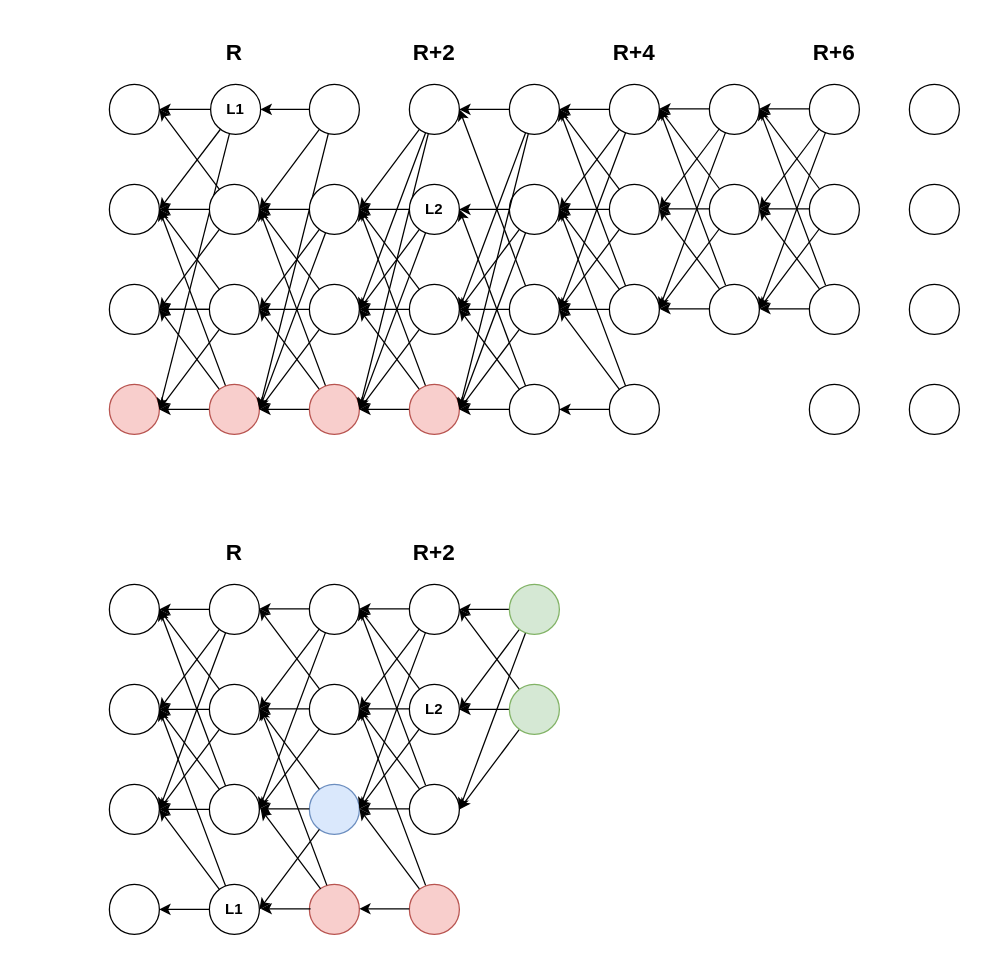
Above: dag.drawio in asonnino/various-diagrams (draw.io), before the change. Source tidied: cells renumbered, new cells numbered last; positions are measured from the earlier drawing's top-left corner, leaving out a move shared by most shapes. Both pictures are drawn from the tidied source at 125%, with x=0, y=0 at pixel (109, 34).
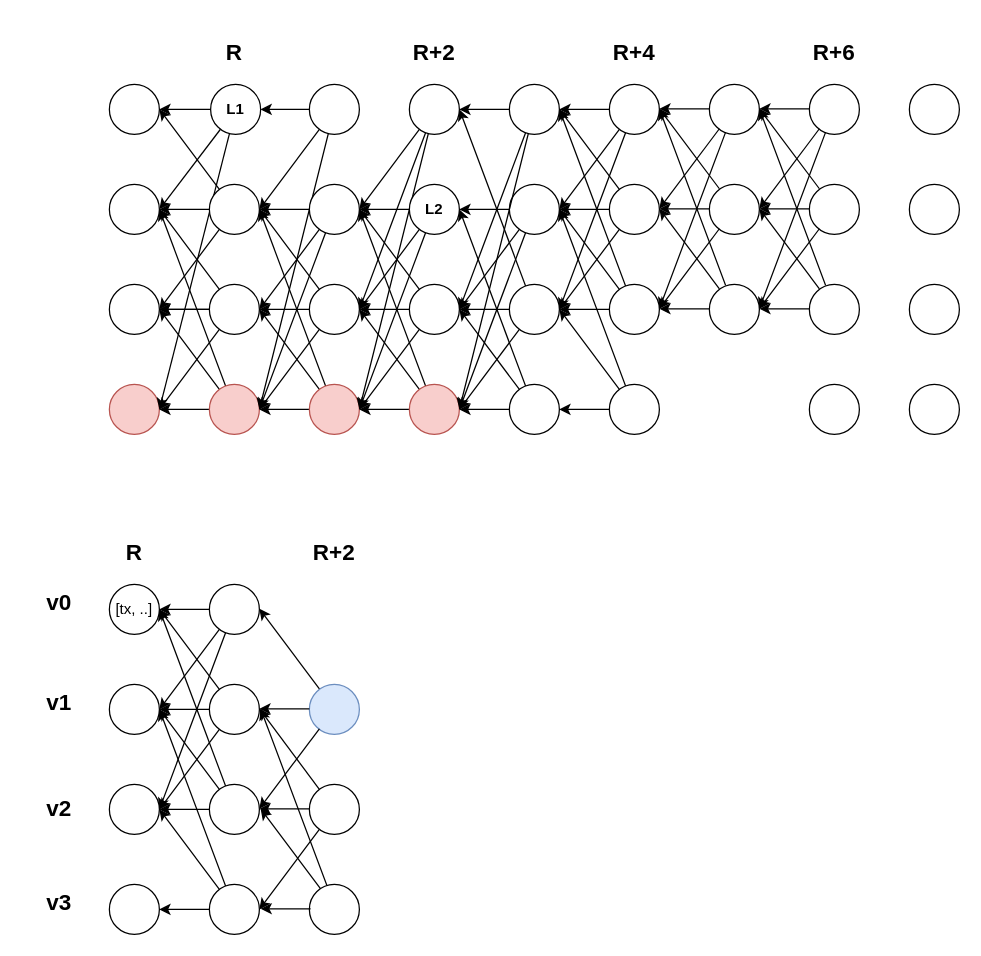
After the change.

Diff of the diagram source:
```diff
@@
-    <mxCell id="122" style="ellipse;whiteSpace=wrap;html=1;" parent="1" vertex="1">
+    <mxCell id="122" value="[tx, ..]" style="ellipse;whiteSpace=wrap;html=1;" parent="1" vertex="1">
       <mxGeometry y="440" width="40" height="40" as="geometry" />
     </mxCell>
@@
-    <mxCell id="136" style="ellipse;whiteSpace=wrap;html=1;" parent="1" vertex="1">
+    <mxCell id="136" style="ellipse;whiteSpace=wrap;html=1;fillColor=#dae8fc;strokeColor=#6c8ebf;" parent="1" vertex="1">
       <mxGeometry x="160" y="520" width="40" height="40" as="geometry" />
     </mxCell>
-    <mxCell id="137" style="ellipse;whiteSpace=wrap;html=1;fillColor=#dae8fc;strokeColor=#6c8ebf;" parent="1" vertex="1">
+    <mxCell id="137" style="ellipse;whiteSpace=wrap;html=1;" parent="1" vertex="1">
       <mxGeometry x="160" y="600" width="40" height="40" as="geometry" />
     </mxCell>
@@
-    <mxCell id="141" value="&lt;b&gt;L1&lt;/b&gt;" style="ellipse;whiteSpace=wrap;html=1;" parent="1" vertex="1">
+    <mxCell id="141" style="ellipse;whiteSpace=wrap;html=1;" parent="1" vertex="1">
       <mxGeometry x="80" y="680" width="40" height="40" as="geometry" />
     </mxCell>
-    <mxCell id="142" style="ellipse;whiteSpace=wrap;html=1;" parent="1" vertex="1">
-      <mxGeometry x="240" y="440" width="40" height="40" as="geometry" />
-    </mxCell>
-    <mxCell id="143" value="&lt;b&gt;L2&lt;/b&gt;" style="ellipse;whiteSpace=wrap;html=1;" parent="1" vertex="1">
-      <mxGeometry x="240" y="520" width="40" height="40" as="geometry" />
-    </mxCell>
-    <mxCell id="144" style="ellipse;whiteSpace=wrap;html=1;" parent="1" vertex="1">
-      <mxGeometry x="240" y="600" width="40" height="40" as="geometry" />
-    </mxCell>
-    <mxCell id="145" style="ellipse;whiteSpace=wrap;html=1;fillColor=#f8cecc;strokeColor=#b85450;" parent="1" vertex="1">
-      <mxGeometry x="240" y="680" width="40" height="40" as="geometry" />
-    </mxCell>
     <mxCell id="146" value="&lt;h2&gt;&lt;b&gt;R&lt;/b&gt;&lt;/h2&gt;" style="text;html=1;strokeColor=none;fillColor=none;align=center;verticalAlign=middle;whiteSpace=wrap;rounded=0;" parent="1" vertex="1">
-      <mxGeometry x="70" y="400" width="60" height="30" as="geometry" />
+      <mxGeometry x="-10" y="400" width="60" height="30" as="geometry" />
     </mxCell>
     <mxCell id="147" value="&lt;h2&gt;&lt;b&gt;R+2&lt;/b&gt;&lt;/h2&gt;" style="text;html=1;strokeColor=none;fillColor=none;align=center;verticalAlign=middle;whiteSpace=wrap;rounded=0;" parent="1" vertex="1">
-      <mxGeometry x="230" y="400" width="60" height="30" as="geometry" />
+      <mxGeometry x="150" y="400" width="60" height="30" as="geometry" />
     </mxCell>
-    <mxCell id="148" style="ellipse;whiteSpace=wrap;html=1;" parent="1" vertex="1">
-      <mxGeometry x="160" y="440" width="40" height="40" as="geometry" />
-    </mxCell>
@@
-    <mxCell id="155" style="edgeStyle=none;rounded=0;orthogonalLoop=1;jettySize=auto;html=1;entryX=1;entryY=0.5;entryDx=0;entryDy=0;" parent="1" edge="1">
-      <mxGeometry relative="1" as="geometry">
-        <mxPoint x="160" y="459.5" as="sourcePoint" />
-        <mxPoint x="120" y="459.5" as="targetPoint" />
-      </mxGeometry>
-    </mxCell>
-    <mxCell id="156" style="edgeStyle=none;rounded=0;orthogonalLoop=1;jettySize=auto;html=1;entryX=1;entryY=0.5;entryDx=0;entryDy=0;" parent="1" edge="1">
-      <mxGeometry relative="1" as="geometry">
-        <mxPoint x="168" y="475.5" as="sourcePoint" />
-        <mxPoint x="120" y="539.5" as="targetPoint" />
-      </mxGeometry>
-    </mxCell>
-    <mxCell id="157" style="edgeStyle=none;rounded=0;orthogonalLoop=1;jettySize=auto;html=1;entryX=1;entryY=0.5;entryDx=0;entryDy=0;" parent="1" edge="1">
-      <mxGeometry relative="1" as="geometry">
-        <mxPoint x="173" y="478.2" as="sourcePoint" />
-        <mxPoint x="120" y="619.5" as="targetPoint" />
-      </mxGeometry>
-    </mxCell>
-    <mxCell id="158" style="edgeStyle=none;rounded=0;orthogonalLoop=1;jettySize=auto;html=1;entryX=1;entryY=0.5;entryDx=0;entryDy=0;" parent="1" edge="1">
-      <mxGeometry relative="1" as="geometry">
-        <mxPoint x="248" y="523.5" as="sourcePoint" />
-        <mxPoint x="200" y="459.5" as="targetPoint" />
-      </mxGeometry>
-    </mxCell>
-    <mxCell id="159" style="edgeStyle=none;rounded=0;orthogonalLoop=1;jettySize=auto;html=1;" parent="1" edge="1">
-      <mxGeometry relative="1" as="geometry">
-        <mxPoint x="248" y="555.5" as="sourcePoint" />
-        <mxPoint x="200" y="619.5" as="targetPoint" />
-      </mxGeometry>
-    </mxCell>
-    <mxCell id="160" style="edgeStyle=none;rounded=0;orthogonalLoop=1;jettySize=auto;html=1;entryX=1;entryY=0.5;entryDx=0;entryDy=0;" parent="1" edge="1">
-      <mxGeometry relative="1" as="geometry">
-        <mxPoint x="240" y="539.5" as="sourcePoint" />
-        <mxPoint x="200" y="539.5" as="targetPoint" />
-      </mxGeometry>
-    </mxCell>
-    <mxCell id="161" style="edgeStyle=none;rounded=0;orthogonalLoop=1;jettySize=auto;html=1;entryX=1;entryY=0.5;entryDx=0;entryDy=0;" parent="1" edge="1">
-      <mxGeometry relative="1" as="geometry">
-        <mxPoint x="240" y="619.5" as="sourcePoint" />
-        <mxPoint x="200" y="619.5" as="targetPoint" />
-      </mxGeometry>
-    </mxCell>
-    <mxCell id="162" style="edgeStyle=none;rounded=0;orthogonalLoop=1;jettySize=auto;html=1;entryX=1;entryY=0.5;entryDx=0;entryDy=0;" parent="1" edge="1">
-      <mxGeometry relative="1" as="geometry">
-        <mxPoint x="248" y="603.5" as="sourcePoint" />
-        <mxPoint x="200" y="539.5" as="targetPoint" />
-      </mxGeometry>
-    </mxCell>
-    <mxCell id="163" style="edgeStyle=none;rounded=0;orthogonalLoop=1;jettySize=auto;html=1;entryX=1;entryY=0.5;entryDx=0;entryDy=0;" parent="1" edge="1">
-      <mxGeometry relative="1" as="geometry">
-        <mxPoint x="253" y="600.8" as="sourcePoint" />
-        <mxPoint x="200" y="459.5" as="targetPoint" />
-      </mxGeometry>
-    </mxCell>
-    <mxCell id="164" style="edgeStyle=none;rounded=0;orthogonalLoop=1;jettySize=auto;html=1;entryX=1;entryY=0.5;entryDx=0;entryDy=0;" parent="1" edge="1">
-      <mxGeometry relative="1" as="geometry">
-        <mxPoint x="240" y="459.5" as="sourcePoint" />
-        <mxPoint x="200" y="459.5" as="targetPoint" />
-      </mxGeometry>
-    </mxCell>
-    <mxCell id="165" style="edgeStyle=none;rounded=0;orthogonalLoop=1;jettySize=auto;html=1;entryX=1;entryY=0.5;entryDx=0;entryDy=0;" parent="1" edge="1">
-      <mxGeometry relative="1" as="geometry">
-        <mxPoint x="248" y="475.5" as="sourcePoint" />
-        <mxPoint x="200" y="539.5" as="targetPoint" />
-      </mxGeometry>
-    </mxCell>
-    <mxCell id="166" style="edgeStyle=none;rounded=0;orthogonalLoop=1;jettySize=auto;html=1;entryX=1;entryY=0.5;entryDx=0;entryDy=0;" parent="1" edge="1">
-      <mxGeometry relative="1" as="geometry">
-        <mxPoint x="253" y="478.2" as="sourcePoint" />
-        <mxPoint x="200" y="619.5" as="targetPoint" />
-      </mxGeometry>
-    </mxCell>
-    <mxCell id="167" style="ellipse;whiteSpace=wrap;html=1;fillColor=#f8cecc;strokeColor=#b85450;" parent="1" vertex="1">
+    <mxCell id="167" style="ellipse;whiteSpace=wrap;html=1;" parent="1" vertex="1">
       <mxGeometry x="160" y="680" width="40" height="40" as="geometry" />
     </mxCell>
@@
-    <mxCell id="171" style="edgeStyle=none;rounded=0;orthogonalLoop=1;jettySize=auto;html=1;entryX=1;entryY=0.5;entryDx=0;entryDy=0;" parent="1" edge="1">
-      <mxGeometry relative="1" as="geometry">
-        <mxPoint x="253" y="680.8" as="sourcePoint" />
-        <mxPoint x="200" y="539.5" as="targetPoint" />
-      </mxGeometry>
-    </mxCell>
-    <mxCell id="172" style="edgeStyle=none;rounded=0;orthogonalLoop=1;jettySize=auto;html=1;entryX=1;entryY=0.5;entryDx=0;entryDy=0;" parent="1" edge="1">
-      <mxGeometry relative="1" as="geometry">
-        <mxPoint x="248" y="683.5" as="sourcePoint" />
-        <mxPoint x="200" y="619.5" as="targetPoint" />
-      </mxGeometry>
-    </mxCell>
-    <mxCell id="173" style="edgeStyle=none;rounded=0;orthogonalLoop=1;jettySize=auto;html=1;entryX=1;entryY=0.5;entryDx=0;entryDy=0;" parent="1" edge="1">
-      <mxGeometry relative="1" as="geometry">
-        <mxPoint x="240" y="699.5" as="sourcePoint" />
-        <mxPoint x="200" y="699.5" as="targetPoint" />
-      </mxGeometry>
-    </mxCell>
-    <mxCell id="174" style="edgeStyle=none;rounded=0;jettySize=auto;html=1;entryX=1;entryY=0.5;entryDx=0;entryDy=0;" parent="1" edge="1" source="177" target="143">
-      <mxGeometry relative="1" as="geometry" />
-    </mxCell>
-    <mxCell id="175" style="edgeStyle=none;rounded=0;jettySize=auto;html=1;entryX=1;entryY=0.5;entryDx=0;entryDy=0;" parent="1" edge="1" source="177" target="142">
-      <mxGeometry relative="1" as="geometry" />
-    </mxCell>
-    <mxCell id="176" style="edgeStyle=none;rounded=0;jettySize=auto;html=1;entryX=1;entryY=0.5;entryDx=0;entryDy=0;" parent="1" edge="1" source="177" target="144">
-      <mxGeometry relative="1" as="geometry" />
-    </mxCell>
-    <mxCell id="177" style="ellipse;whiteSpace=wrap;html=1;fillColor=#d5e8d4;strokeColor=#82b366;" parent="1" vertex="1">
-      <mxGeometry x="320" y="520" width="40" height="40" as="geometry" />
-    </mxCell>
-    <mxCell id="178" style="edgeStyle=orthogonalEdgeStyle;rounded=0;jettySize=auto;html=1;entryX=1;entryY=0.5;entryDx=0;entryDy=0;" parent="1" edge="1" source="181" target="142">
-      <mxGeometry relative="1" as="geometry" />
-    </mxCell>
-    <mxCell id="179" style="rounded=0;jettySize=auto;html=1;entryX=1;entryY=0.5;entryDx=0;entryDy=0;" parent="1" edge="1" source="181" target="143">
-      <mxGeometry relative="1" as="geometry" />
-    </mxCell>
-    <mxCell id="180" style="edgeStyle=none;rounded=0;jettySize=auto;html=1;entryX=1;entryY=0.5;entryDx=0;entryDy=0;" parent="1" edge="1" source="181" target="144">
-      <mxGeometry relative="1" as="geometry" />
-    </mxCell>
-    <mxCell id="181" style="ellipse;whiteSpace=wrap;html=1;fillColor=#d5e8d4;strokeColor=#82b366;" parent="1" vertex="1">
-      <mxGeometry x="320" y="440" width="40" height="40" as="geometry" />
-    </mxCell>
+    <mxCell id="182" value="&lt;h2&gt;&lt;b&gt;v0&lt;/b&gt;&lt;/h2&gt;" style="text;html=1;strokeColor=none;fillColor=none;align=center;verticalAlign=middle;whiteSpace=wrap;rounded=0;" parent="1" vertex="1">
+      <mxGeometry x="-70" y="440" width="60" height="30" as="geometry" />
+    </mxCell>
+    <mxCell id="183" value="&lt;h2&gt;&lt;b&gt;v1&lt;/b&gt;&lt;/h2&gt;" style="text;html=1;strokeColor=none;fillColor=none;align=center;verticalAlign=middle;whiteSpace=wrap;rounded=0;" parent="1" vertex="1">
+      <mxGeometry x="-70" y="520" width="60" height="30" as="geometry" />
+    </mxCell>
+    <mxCell id="184" value="&lt;h2&gt;&lt;b&gt;v2&lt;/b&gt;&lt;/h2&gt;" style="text;html=1;strokeColor=none;fillColor=none;align=center;verticalAlign=middle;whiteSpace=wrap;rounded=0;" parent="1" vertex="1">
+      <mxGeometry x="-70" y="605" width="60" height="30" as="geometry" />
+    </mxCell>
+    <mxCell id="185" value="&lt;h2&gt;&lt;b&gt;v3&lt;/b&gt;&lt;/h2&gt;" style="text;html=1;strokeColor=none;fillColor=none;align=center;verticalAlign=middle;whiteSpace=wrap;rounded=0;" parent="1" vertex="1">
+      <mxGeometry x="-70" y="680" width="60" height="30" as="geometry" />
+    </mxCell>
```
